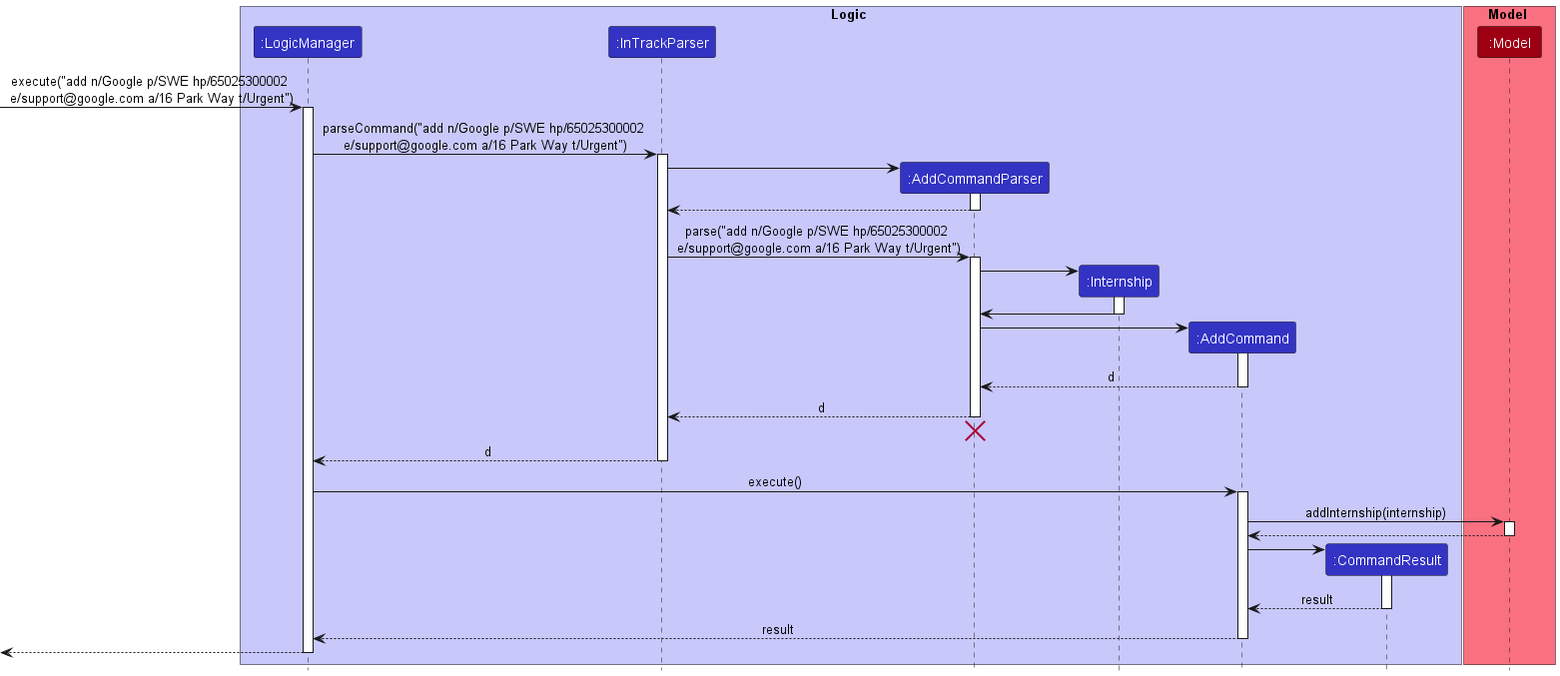
This is docs/images/AddSequenceDiagram.png from nus-cs2103-AY2223S1/tp, a PlantUML export, as it was before one commit.
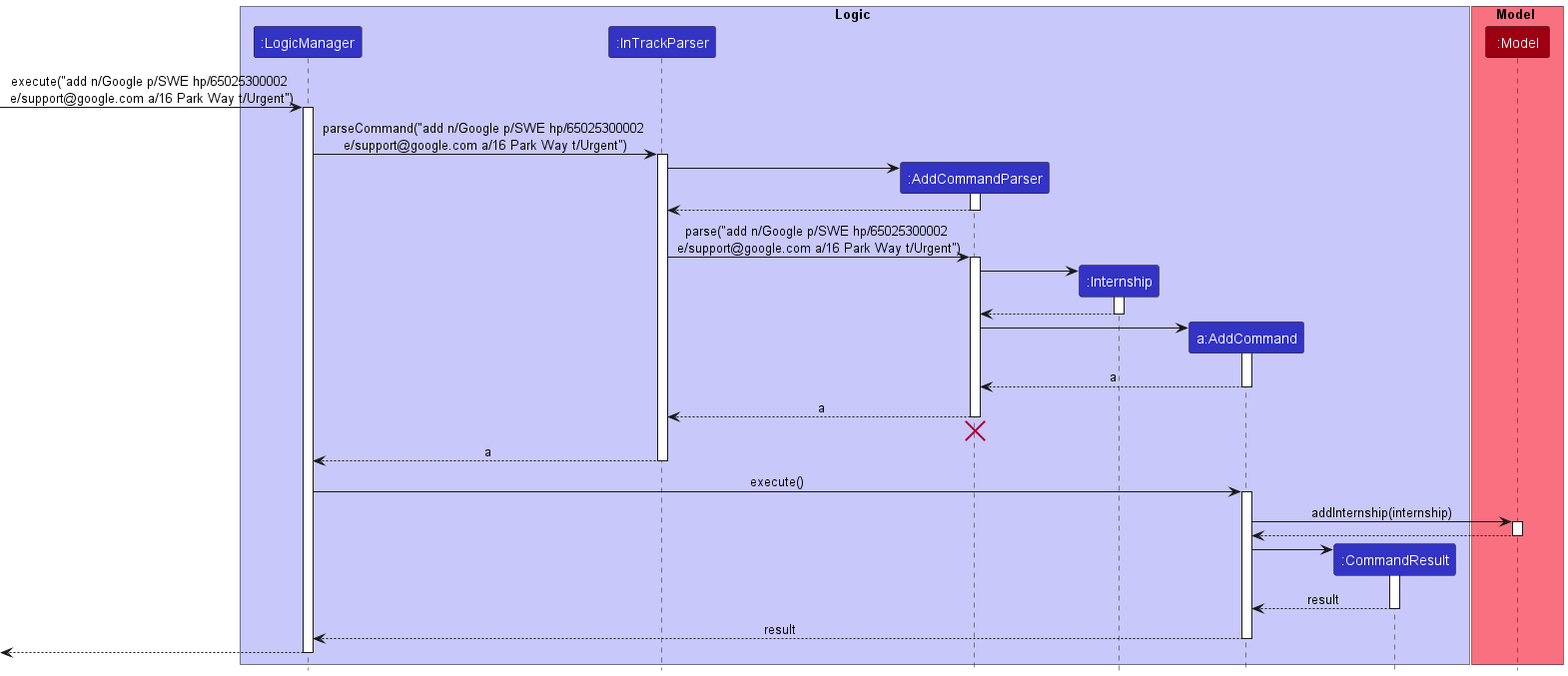
The same diagram one commit later.

Commit message:
Fix sequence diagram for add command

The edit, as a diff of the source:
```diff
@@ -6,7 +6,7 @@
 participant ":InTrackParser" as InTrackParser LOGIC_COLOR
 participant ":AddCommandParser" as AddCommandParser LOGIC_COLOR
 participant ":Internship" as Internship LOGIC_COLOR
-participant ":AddCommand" as AddCommand LOGIC_COLOR
+participant "a:AddCommand" as AddCommand LOGIC_COLOR
 participant ":CommandResult" as CommandResult LOGIC_COLOR
 end box
 
@@ -34,22 +34,22 @@
 AddCommandParser -> Internship
 activate Internship
 
-Internship -> AddCommandParser
+Internship --> AddCommandParser
 deactivate Internship
 
 create AddCommand
 AddCommandParser -> AddCommand
 activate AddCommand
 
-AddCommand --> AddCommandParser : d
+AddCommand --> AddCommandParser : a
 deactivate AddCommand
 
-AddCommandParser --> InTrackParser : d
+AddCommandParser --> InTrackParser : a
 deactivate AddCommandParser
 AddCommandParser -[hidden]-> InTrackParser
 destroy AddCommandParser
 
-InTrackParser --> LogicManager : d
+InTrackParser --> LogicManager : a
 deactivate InTrackParser
 
 LogicManager -> AddCommand : execute()
```
